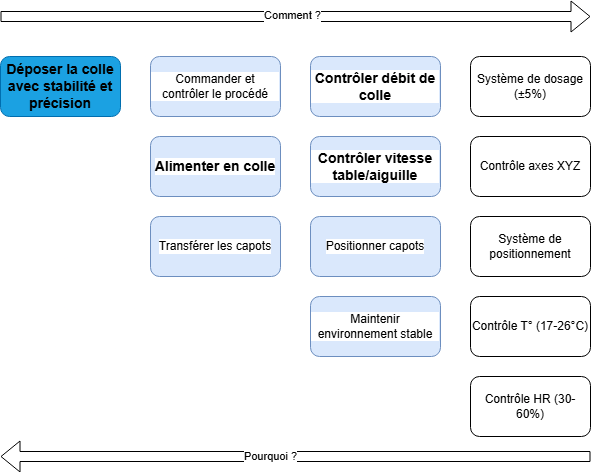
This is PDCA4/Diagramme_FAST.drawio.png from CharifMah/Systemes_automatises, a draw.io export, as it was before one commit. Source tidied: cells renumbered, new cells last; positions are measured from the earlier drawing's top-left corner, leaving out a move shared by most shapes.
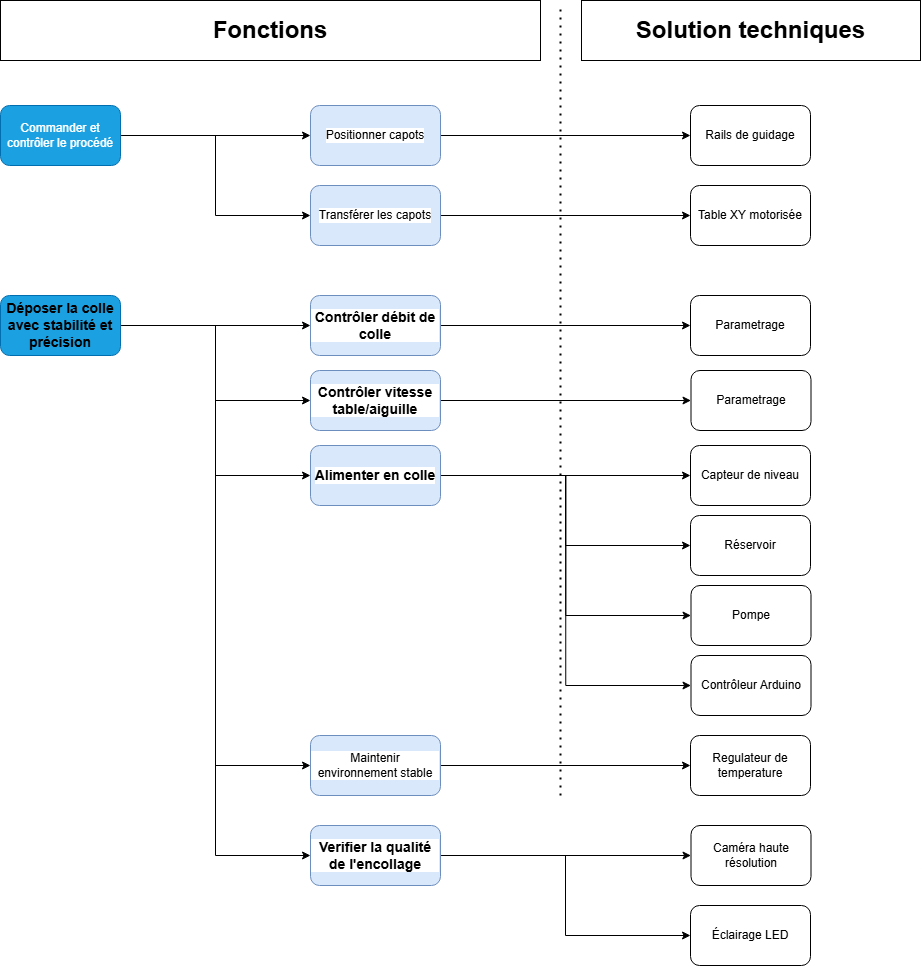
After the commit.

Change to the diagram source:
```diff
@@ -2,62 +2,134 @@
   <root>
     <mxCell id="0" />
     <mxCell id="1" parent="0" />
+    <mxCell id="19" style="edgeStyle=orthogonalEdgeStyle;rounded=0;jettySize=auto;html=1;entryX=0;entryY=0.5;entryDx=0;entryDy=0;" parent="1" edge="1" source="2" target="3">
+      <mxGeometry relative="1" as="geometry" />
+    </mxCell>
+    <mxCell id="20" style="edgeStyle=orthogonalEdgeStyle;rounded=0;jettySize=auto;html=1;entryX=0;entryY=0.5;entryDx=0;entryDy=0;" parent="1" edge="1" source="2" target="5">
+      <mxGeometry relative="1" as="geometry" />
+    </mxCell>
+    <mxCell id="21" style="edgeStyle=orthogonalEdgeStyle;rounded=0;jettySize=auto;html=1;entryX=0;entryY=0.5;entryDx=0;entryDy=0;" parent="1" edge="1" source="2" target="9">
+      <mxGeometry relative="1" as="geometry" />
+    </mxCell>
+    <mxCell id="22" style="edgeStyle=orthogonalEdgeStyle;rounded=0;jettySize=auto;html=1;entryX=0;entryY=0.5;entryDx=0;entryDy=0;" parent="1" edge="1" source="2" target="6">
+      <mxGeometry relative="1" as="geometry" />
+    </mxCell>
+    <mxCell id="23" style="edgeStyle=orthogonalEdgeStyle;rounded=0;jettySize=auto;html=1;entryX=0;entryY=0.5;entryDx=0;entryDy=0;" parent="1" edge="1" source="2" target="49">
+      <mxGeometry relative="1" as="geometry" />
+    </mxCell>
     <mxCell id="2" value="&lt;span style=&quot;color: rgb(0, 0, 0); font-family: Arial, sans-serif; font-size: 14px; font-weight: 700;&quot;&gt;Déposer la colle avec stabilité et précision&lt;/span&gt;" style="rounded=1;whiteSpace=wrap;html=1;fillColor=#1ba1e2;fontColor=#ffffff;strokeColor=#006EAF;" parent="1" vertex="1">
-      <mxGeometry y="40" width="120" height="60" as="geometry" />
+      <mxGeometry x="20" y="220" width="120" height="60" as="geometry" />
     </mxCell>
+    <mxCell id="24" style="edgeStyle=orthogonalEdgeStyle;rounded=0;jettySize=auto;html=1;entryX=0;entryY=0.5;entryDx=0;entryDy=0;" parent="1" edge="1" source="3" target="41">
+      <mxGeometry relative="1" as="geometry" />
+    </mxCell>
+    <mxCell id="25" style="edgeStyle=orthogonalEdgeStyle;rounded=0;jettySize=auto;html=1;entryX=0;entryY=0.5;entryDx=0;entryDy=0;" parent="1" edge="1" source="3" target="44">
+      <mxGeometry relative="1" as="geometry" />
+    </mxCell>
+    <mxCell id="26" style="edgeStyle=orthogonalEdgeStyle;rounded=0;jettySize=auto;html=1;entryX=0;entryY=0.5;entryDx=0;entryDy=0;" parent="1" edge="1" source="3" target="45">
+      <mxGeometry relative="1" as="geometry" />
+    </mxCell>
+    <mxCell id="27" style="edgeStyle=orthogonalEdgeStyle;rounded=0;jettySize=auto;html=1;entryX=0;entryY=0.5;entryDx=0;entryDy=0;" parent="1" edge="1" source="3" target="46">
+      <mxGeometry relative="1" as="geometry" />
+    </mxCell>
     <mxCell id="3" value="&lt;span style=&quot;font-family: Arial, sans-serif; font-size: 14px; font-weight: 700;&quot;&gt;Alimenter en colle&lt;/span&gt;" style="rounded=1;whiteSpace=wrap;html=1;labelBackgroundColor=default;labelBorderColor=none;textShadow=0;fillColor=#dae8fc;strokeColor=#6c8ebf;" parent="1" vertex="1">
-      <mxGeometry x="150" y="120" width="130" height="60" as="geometry" />
+      <mxGeometry x="330" y="370" width="130" height="60" as="geometry" />
     </mxCell>
+    <mxCell id="28" style="edgeStyle=orthogonalEdgeStyle;rounded=0;jettySize=auto;html=1;entryX=0;entryY=0.5;entryDx=0;entryDy=0;" parent="1" edge="1" source="4" target="12">
+      <mxGeometry relative="1" as="geometry" />
+    </mxCell>
     <mxCell id="4" value="&lt;div&gt;Transférer les capots&lt;/div&gt;" style="rounded=1;whiteSpace=wrap;html=1;labelBackgroundColor=default;labelBorderColor=none;textShadow=0;fillColor=#dae8fc;strokeColor=#6c8ebf;" parent="1" vertex="1">
-      <mxGeometry x="150" y="200" width="130" height="60" as="geometry" />
+      <mxGeometry x="330" y="110" width="130" height="60" as="geometry" />
     </mxCell>
+    <mxCell id="29" style="edgeStyle=orthogonalEdgeStyle;rounded=0;jettySize=auto;html=1;entryX=0;entryY=0.5;entryDx=0;entryDy=0;" parent="1" edge="1" source="5" target="39">
+      <mxGeometry relative="1" as="geometry" />
+    </mxCell>
     <mxCell id="5" value="&lt;span style=&quot;font-family: Arial, sans-serif; font-size: 14px; font-weight: 700;&quot;&gt;Contrôler débit de colle&lt;/span&gt;" style="rounded=1;whiteSpace=wrap;html=1;labelBackgroundColor=default;labelBorderColor=none;textShadow=0;fillColor=#dae8fc;strokeColor=#6c8ebf;" parent="1" vertex="1">
-      <mxGeometry x="310" y="40" width="130" height="60" as="geometry" />
+      <mxGeometry x="330" y="220" width="130" height="60" as="geometry" />
     </mxCell>
+    <mxCell id="30" style="edgeStyle=orthogonalEdgeStyle;rounded=0;jettySize=auto;html=1;entryX=0;entryY=0.5;entryDx=0;entryDy=0;" parent="1" edge="1" source="6" target="40">
+      <mxGeometry relative="1" as="geometry" />
+    </mxCell>
     <mxCell id="6" value="&lt;span style=&quot;font-family: Arial, sans-serif; font-size: 14px; font-weight: 700;&quot;&gt;Contrôler vitesse table/aiguille&lt;/span&gt;" style="rounded=1;whiteSpace=wrap;html=1;labelBackgroundColor=default;labelBorderColor=none;textShadow=0;fillColor=#dae8fc;strokeColor=#6c8ebf;" parent="1" vertex="1">
-      <mxGeometry x="310" y="120" width="130" height="60" as="geometry" />
+      <mxGeometry x="330" y="295" width="130" height="60" as="geometry" />
     </mxCell>
+    <mxCell id="31" style="edgeStyle=orthogonalEdgeStyle;rounded=0;jettySize=auto;html=1;entryX=0;entryY=0.5;entryDx=0;entryDy=0;exitX=1;exitY=0.5;exitDx=0;exitDy=0;" parent="1" edge="1" source="7" target="8">
+      <mxGeometry relative="1" as="geometry" />
+    </mxCell>
+    <mxCell id="32" style="edgeStyle=orthogonalEdgeStyle;rounded=0;jettySize=auto;html=1;entryX=0;entryY=0.5;entryDx=0;entryDy=0;" parent="1" edge="1" source="8" target="43">
+      <mxGeometry relative="1" as="geometry" />
+    </mxCell>
+    <mxCell id="8" value="Positionner capots" style="rounded=1;whiteSpace=wrap;html=1;labelBackgroundColor=default;labelBorderColor=none;textShadow=0;fillColor=#dae8fc;strokeColor=#6c8ebf;" parent="1" vertex="1">
+      <mxGeometry x="330" y="30" width="130" height="60" as="geometry" />
+    </mxCell>
+    <mxCell id="33" style="edgeStyle=orthogonalEdgeStyle;rounded=0;jettySize=auto;html=1;entryX=0;entryY=0.5;entryDx=0;entryDy=0;" parent="1" edge="1" source="9" target="42">
+      <mxGeometry relative="1" as="geometry" />
+    </mxCell>
+    <mxCell id="9" value="Maintenir environnement stable" style="rounded=1;whiteSpace=wrap;html=1;labelBackgroundColor=default;labelBorderColor=none;textShadow=0;fillColor=#dae8fc;strokeColor=#6c8ebf;" parent="1" vertex="1">
+      <mxGeometry x="330" y="660" width="130" height="60" as="geometry" />
+    </mxCell>
+    <mxCell id="12" value="Table XY motorisée" style="rounded=1;whiteSpace=wrap;html=1;" parent="1" vertex="1">
+      <mxGeometry x="710" y="110" width="120" height="60" as="geometry" />
+    </mxCell>
+    <mxCell id="34" style="edgeStyle=orthogonalEdgeStyle;rounded=0;jettySize=auto;html=1;entryX=0;entryY=0.5;entryDx=0;entryDy=0;" parent="1" edge="1" source="7" target="4">
+      <mxGeometry relative="1" as="geometry" />
+    </mxCell>
-    <mxCell id="7" value="Commander et contrôler le procédé" style="rounded=1;whiteSpace=wrap;html=1;labelBackgroundColor=default;labelBorderColor=none;textShadow=0;fillColor=#dae8fc;strokeColor=#6c8ebf;" parent="1" vertex="1">
-      <mxGeometry x="150" y="40" width="130" height="60" as="geometry" />
+    <mxCell id="7" value="&lt;span&gt;&lt;font style=&quot;color: light-dark(rgb(255, 255, 255), rgb(255, 255, 255));&quot;&gt;Commander et contrôler le procédé&lt;/font&gt;&lt;/span&gt;" style="rounded=1;whiteSpace=wrap;html=1;fillColor=#1ba1e2;fontColor=#ffffff;strokeColor=#006EAF;" parent="1" vertex="1">
+      <mxGeometry x="20" y="30" width="120" height="60" as="geometry" />
     </mxCell>
-    <mxCell id="8" value="Positionner capots" style="rounded=1;whiteSpace=wrap;html=1;labelBackgroundColor=default;labelBorderColor=none;textShadow=0;fillColor=#dae8fc;strokeColor=#6c8ebf;" parent="1" vertex="1">
-      <mxGeometry x="310" y="200" width="130" height="60" as="geometry" />
-    </mxCell>
-    <mxCell id="9" value="Maintenir environnement stable" style="rounded=1;whiteSpace=wrap;html=1;labelBackgroundColor=default;labelBorderColor=none;textShadow=0;fillColor=#dae8fc;strokeColor=#6c8ebf;" parent="1" vertex="1">
-      <mxGeometry x="310" y="280" width="130" height="60" as="geometry" />
-    </mxCell>
-    <mxCell id="10" value="Système de dosage (±5%)" style="rounded=1;whiteSpace=wrap;html=1;" parent="1" vertex="1">
-      <mxGeometry x="470" y="40" width="120" height="60" as="geometry" />
-    </mxCell>
-    <mxCell id="11" value="Contrôle axes XYZ" style="rounded=1;whiteSpace=wrap;html=1;" parent="1" vertex="1">
-      <mxGeometry x="470" y="120" width="120" height="60" as="geometry" />
-    </mxCell>
-    <mxCell id="12" value="Système de positionnement" style="rounded=1;whiteSpace=wrap;html=1;" parent="1" vertex="1">
-      <mxGeometry x="470" y="200" width="120" height="60" as="geometry" />
-    </mxCell>
-    <mxCell id="13" value="Contrôle T° (17-26°C)" style="rounded=1;whiteSpace=wrap;html=1;" parent="1" vertex="1">
-      <mxGeometry x="470" y="280" width="120" height="60" as="geometry" />
-    </mxCell>
-    <mxCell id="14" value="Contrôle HR (30-60%)" style="rounded=1;whiteSpace=wrap;html=1;" parent="1" vertex="1">
-      <mxGeometry x="470" y="360" width="120" height="60" as="geometry" />
-    </mxCell>
-    <mxCell id="15" style="shape=flexArrow;endArrow=classic;html=1;rounded=0;" parent="1" edge="1">
-      <mxGeometry relative="1" as="geometry">
-        <mxPoint x="590" y="440" as="sourcePoint" />
-        <mxPoint y="440" as="targetPoint" />
-      </mxGeometry>
-    </mxCell>
-    <mxCell id="16" value="Pourquoi ?" style="edgeLabel;html=1;align=center;verticalAlign=middle;" parent="15" vertex="1">
-      <mxGeometry x="0.09" y="-1" relative="1" as="geometry" />
-    </mxCell>
-    <mxCell id="17" style="shape=flexArrow;endArrow=classic;html=1;rounded=0;" parent="1" edge="1">
-      <mxGeometry relative="1" as="geometry">
-        <mxPoint as="sourcePoint" />
-        <mxPoint x="590" as="targetPoint" />
-      </mxGeometry>
-    </mxCell>
-    <mxCell id="18" value="Comment ?" style="edgeLabel;html=1;align=center;verticalAlign=middle;" parent="17" vertex="1">
-      <mxGeometry x="-0.01" y="2" relative="1" as="geometry" />
-    </mxCell>
+    <mxCell id="35" style="endArrow=none;dashed=1;html=1;dashPattern=1 3;strokeWidth=2;rounded=0;" parent="1" edge="1">
+      <mxGeometry relative="1" as="geometry">
+        <mxPoint x="580" y="720" as="sourcePoint" />
+        <mxPoint x="580" y="-70" as="targetPoint" />
+      </mxGeometry>
+    </mxCell>
+    <mxCell id="36" value="&lt;h1&gt;&lt;br&gt;&lt;/h1&gt;" style="text;html=1;align=center;verticalAlign=middle;whiteSpace=wrap;rounded=0;" parent="1" vertex="1">
+      <mxGeometry x="640" y="-60" width="270" height="30" as="geometry" />
+    </mxCell>
+    <mxCell id="37" value="&lt;h1&gt;&lt;b&gt;Fonctions&lt;/b&gt;&lt;/h1&gt;" style="rounded=0;whiteSpace=wrap;html=1;" parent="1" vertex="1">
+      <mxGeometry x="20" y="-75" width="540" height="60" as="geometry" />
+    </mxCell>
+    <mxCell id="38" value="&lt;h1&gt;&lt;b&gt;Solution techniques&lt;/b&gt;&lt;/h1&gt;" style="rounded=0;whiteSpace=wrap;html=1;" parent="1" vertex="1">
+      <mxGeometry x="601" y="-75" width="339" height="60" as="geometry" />
+    </mxCell>
+    <mxCell id="39" value="Parametrage" style="rounded=1;whiteSpace=wrap;html=1;" parent="1" vertex="1">
+      <mxGeometry x="710" y="220" width="120" height="60" as="geometry" />
+    </mxCell>
+    <mxCell id="40" value="Parametrage" style="rounded=1;whiteSpace=wrap;html=1;" parent="1" vertex="1">
+      <mxGeometry x="710.5" y="295" width="120" height="60" as="geometry" />
+    </mxCell>
+    <mxCell id="41" value="Capteur de niveau" style="rounded=1;whiteSpace=wrap;html=1;" parent="1" vertex="1">
+      <mxGeometry x="710" y="370" width="120" height="60" as="geometry" />
+    </mxCell>
+    <mxCell id="42" value="Regulateur de temperature" style="rounded=1;whiteSpace=wrap;html=1;" parent="1" vertex="1">
+      <mxGeometry x="710" y="660" width="120" height="60" as="geometry" />
+    </mxCell>
+    <mxCell id="43" value="Rails de guidage" style="rounded=1;whiteSpace=wrap;html=1;" parent="1" vertex="1">
+      <mxGeometry x="710" y="30" width="120" height="60" as="geometry" />
+    </mxCell>
+    <mxCell id="44" value="Réservoir " style="rounded=1;whiteSpace=wrap;html=1;" parent="1" vertex="1">
+      <mxGeometry x="710" y="440" width="120" height="60" as="geometry" />
+    </mxCell>
+    <mxCell id="45" value="Pompe" style="rounded=1;whiteSpace=wrap;html=1;" parent="1" vertex="1">
+      <mxGeometry x="710.5" y="510" width="120" height="60" as="geometry" />
+    </mxCell>
+    <mxCell id="46" value="Contrôleur Arduino" style="rounded=1;whiteSpace=wrap;html=1;" parent="1" vertex="1">
+      <mxGeometry x="710.5" y="580" width="120" height="60" as="geometry" />
+    </mxCell>
+    <mxCell id="47" style="edgeStyle=orthogonalEdgeStyle;rounded=0;jettySize=auto;html=1;" parent="1" edge="1" source="49" target="50">
+      <mxGeometry relative="1" as="geometry" />
+    </mxCell>
+    <mxCell id="48" style="edgeStyle=orthogonalEdgeStyle;rounded=0;jettySize=auto;html=1;entryX=0;entryY=0.5;entryDx=0;entryDy=0;" parent="1" edge="1" source="49" target="51">
+      <mxGeometry relative="1" as="geometry" />
+    </mxCell>
+    <mxCell id="49" value="&lt;span style=&quot;font-family: Arial, sans-serif; font-size: 14px; font-weight: 700;&quot;&gt;Verifier la qualité de l'encollage&lt;/span&gt;" style="rounded=1;whiteSpace=wrap;html=1;labelBackgroundColor=default;labelBorderColor=none;textShadow=0;fillColor=#dae8fc;strokeColor=#6c8ebf;" parent="1" vertex="1">
+      <mxGeometry x="330" y="750" width="130" height="60" as="geometry" />
+    </mxCell>
+    <mxCell id="50" value="Caméra haute résolution" style="rounded=1;whiteSpace=wrap;html=1;" parent="1" vertex="1">
+      <mxGeometry x="710.5" y="750" width="120" height="60" as="geometry" />
+    </mxCell>
+    <mxCell id="51" value="Éclairage LED" style="rounded=1;whiteSpace=wrap;html=1;" parent="1" vertex="1">
+      <mxGeometry x="710" y="830" width="120" height="60" as="geometry" />
+    </mxCell>
   </root>
 </mxGraphModel>
```
